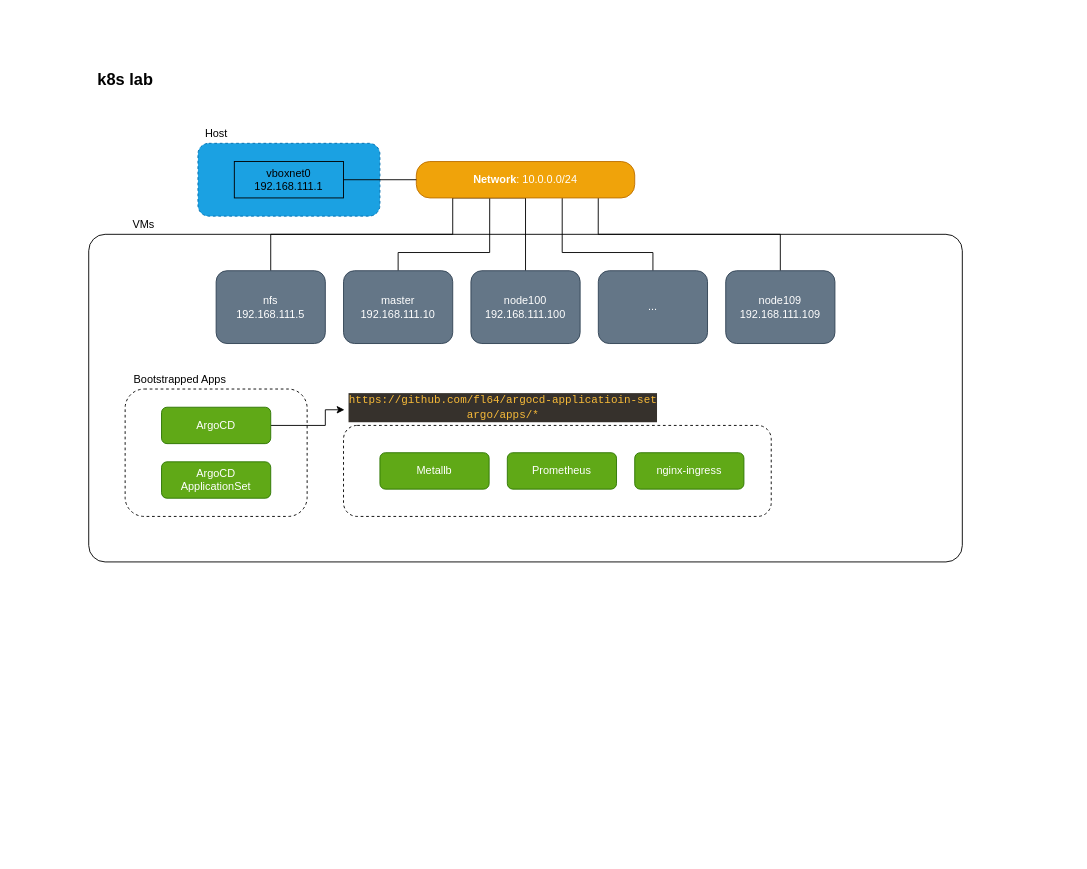
The draw.io diagram scheme/localk8s.drawio in fl64/localk8s, before the edit. Source tidied: cells renumbered, new cells numbered last; positions are measured from the earlier drawing's top-left corner, leaving out a move shared by most shapes. Both pictures are drawn from the tidied source at 91%, with x=0, y=0 at pixel (88, 70).
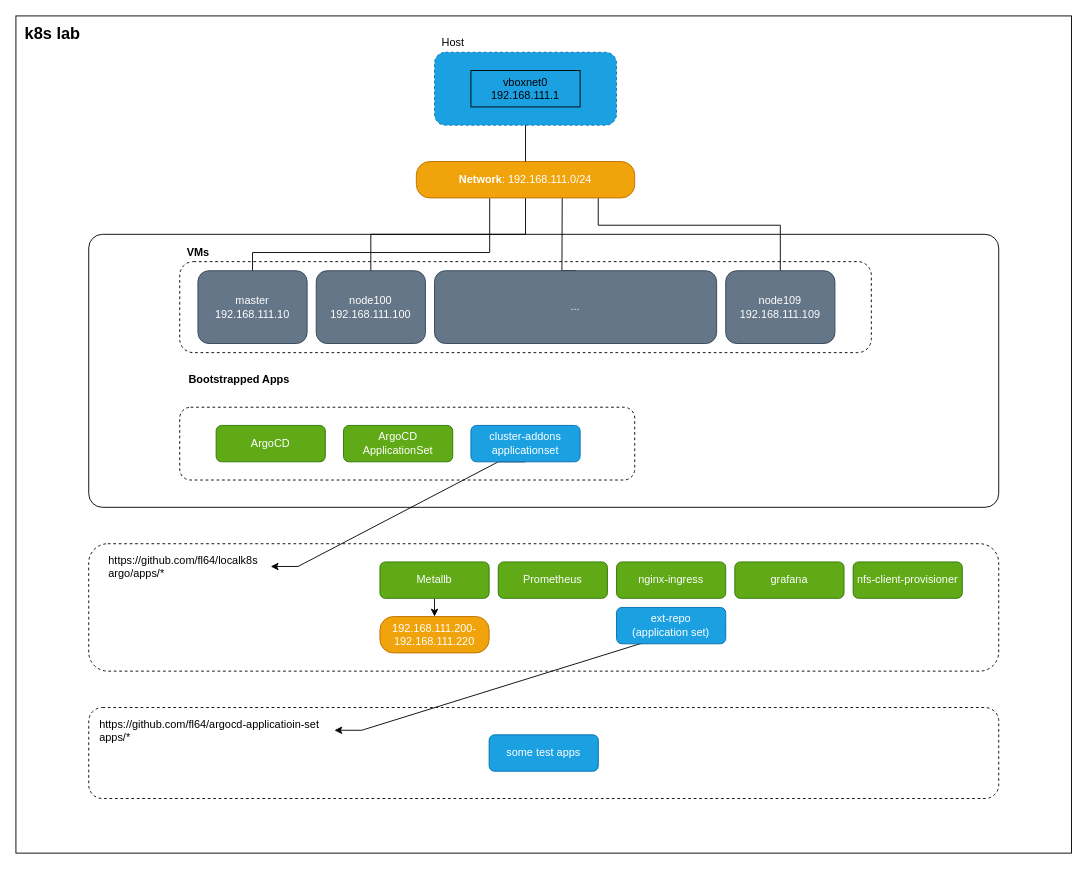
Above is the later version.

The change refers to these unchanged cells:
```xml
<mxCell id="19" value="node109&lt;br&gt;192.168.111.109" style="rounded=1;whiteSpace=wrap;html=1;fillColor=#647687;strokeColor=#314354;fontColor=#ffffff;" parent="1" vertex="1">
  <mxGeometry x="700" y="220" width="120" height="80" as="geometry" />
</mxCell>
```

Diff of the diagram source:
```diff
@@
+    <mxCell id="30" style="rounded=0;whiteSpace=wrap;html=1;align=left;" parent="1" vertex="1">
+      <mxGeometry x="-80" y="-60" width="1160" height="920" as="geometry" />
+    </mxCell>
+    <mxCell id="31" style="rounded=1;whiteSpace=wrap;html=1;dashed=1;" parent="1" vertex="1">
+      <mxGeometry y="700" width="1000" height="100" as="geometry" />
+    </mxCell>
     <mxCell id="2" style="rounded=1;whiteSpace=wrap;html=1;arcSize=5;" parent="1" vertex="1">
-      <mxGeometry y="180" width="960" height="360" as="geometry" />
+      <mxGeometry y="180" width="1000" height="300" as="geometry" />
     </mxCell>
+    <mxCell id="32" style="rounded=1;whiteSpace=wrap;html=1;dashed=1;" parent="1" vertex="1">
+      <mxGeometry x="100" y="210" width="760" height="100" as="geometry" />
+    </mxCell>
     <mxCell id="3" style="rounded=1;whiteSpace=wrap;html=1;dashed=1;" parent="1" vertex="1">
-      <mxGeometry x="280" y="390" width="470" height="100" as="geometry" />
+      <mxGeometry y="520" width="1000" height="140" as="geometry" />
     </mxCell>
     <mxCell id="4" style="rounded=1;whiteSpace=wrap;html=1;dashed=1;" parent="1" vertex="1">
-      <mxGeometry x="40" y="350" width="200" height="140" as="geometry" />
+      <mxGeometry x="100" y="370" width="500" height="80" as="geometry" />
     </mxCell>
     <mxCell id="5" style="shape=ext;double=0;rounded=1;whiteSpace=wrap;html=1;dashed=1;fillColor=#1ba1e2;strokeColor=#006EAF;fontColor=#ffffff;" parent="1" vertex="1">
-      <mxGeometry x="120" y="80" width="200" height="80" as="geometry" />
+      <mxGeometry x="380" y="-20" width="200" height="80" as="geometry" />
     </mxCell>
@@
     <mxCell id="7" value="master&lt;br&gt;192.168.111.10" style="rounded=1;whiteSpace=wrap;html=1;fillColor=#647687;strokeColor=#314354;fontColor=#ffffff;" parent="1" vertex="1">
-      <mxGeometry x="280" y="220" width="120" height="80" as="geometry" />
+      <mxGeometry x="120" y="220" width="120" height="80" as="geometry" />
     </mxCell>
@@
     <mxCell id="9" value="node100&lt;br&gt;192.168.111.100" style="rounded=1;whiteSpace=wrap;html=1;fillColor=#647687;strokeColor=#314354;fontColor=#ffffff;" parent="1" vertex="1">
-      <mxGeometry x="420" y="220" width="120" height="80" as="geometry" />
+      <mxGeometry x="250" y="220" width="120" height="80" as="geometry" />
     </mxCell>
     <mxCell id="10" style="rounded=0;jettySize=auto;html=1;exitX=0.5;exitY=0;exitDx=0;exitDy=0;endArrow=none;endFill=0;entryX=0.668;entryY=1;entryDx=0;entryDy=0;edgeStyle=orthogonalEdgeStyle;entryPerimeter=0;" parent="1" edge="1" source="11" target="14">
       <mxGeometry relative="1" as="geometry">
         <Array as="points">
-          <mxPoint x="620" y="200" />
-          <mxPoint x="520" y="200" />
+          <mxPoint x="520" y="220" />
+          <mxPoint x="520" y="220" />
         </Array>
       </mxGeometry>
     </mxCell>
     <mxCell id="11" value="..." style="rounded=1;whiteSpace=wrap;html=1;fillColor=#647687;strokeColor=#314354;fontColor=#ffffff;" parent="1" vertex="1">
-      <mxGeometry x="560" y="220" width="120" height="80" as="geometry" />
+      <mxGeometry x="380" y="220" width="310" height="80" as="geometry" />
     </mxCell>
-    <mxCell id="12" style="rounded=0;jettySize=auto;html=1;exitX=0.5;exitY=1;exitDx=0;exitDy=0;entryX=0.5;entryY=0;entryDx=0;entryDy=0;edgeStyle=orthogonalEdgeStyle;endArrow=none;endFill=0;" parent="1" edge="1" source="14" target="18">
-      <mxGeometry relative="1" as="geometry">
-        <Array as="points">
-          <mxPoint x="400" y="140" />
-          <mxPoint x="400" y="180" />
-          <mxPoint x="200" y="180" />
-        </Array>
-      </mxGeometry>
-    </mxCell>
     <mxCell id="13" style="rounded=0;jettySize=auto;html=1;exitX=0.833;exitY=0.997;exitDx=0;exitDy=0;endArrow=none;endFill=0;edgeStyle=orthogonalEdgeStyle;exitPerimeter=0;" parent="1" edge="1" source="14" target="19">
       <mxGeometry relative="1" as="geometry">
         <Array as="points">
-          <mxPoint x="560" y="180" />
-          <mxPoint x="760" y="180" />
+          <mxPoint x="560" y="170" />
+          <mxPoint x="760" y="170" />
         </Array>
       </mxGeometry>
     </mxCell>
-    <mxCell id="14" value="&lt;b&gt;Network&lt;/b&gt;: 10.0.0.0/24" style="rounded=1;whiteSpace=wrap;html=1;arcSize=37;fillColor=#f0a30a;strokeColor=#BD7000;fontColor=#ffffff;" parent="1" vertex="1">
+    <mxCell id="14" value="&lt;b&gt;Network&lt;/b&gt;: 192.168.111.0/24" style="rounded=1;whiteSpace=wrap;html=1;arcSize=37;fillColor=#f0a30a;strokeColor=#BD7000;fontColor=#ffffff;" parent="1" vertex="1">
       <mxGeometry x="360" y="100" width="240" height="40" as="geometry" />
     </mxCell>
-    <mxCell id="15" style="rounded=0;jettySize=auto;html=1;exitX=1;exitY=0.5;exitDx=0;exitDy=0;entryX=0;entryY=0.5;entryDx=0;entryDy=0;endArrow=none;endFill=0;" parent="1" edge="1" source="16" target="14">
+    <mxCell id="15" style="rounded=0;jettySize=auto;html=1;exitX=0.5;exitY=1;exitDx=0;exitDy=0;entryX=0.5;entryY=0;entryDx=0;entryDy=0;endArrow=none;endFill=0;" parent="1" edge="1" source="5" target="14">
       <mxGeometry relative="1" as="geometry" />
     </mxCell>
     <mxCell id="16" value="vboxnet0&lt;br&gt;192.168.111.1" style="rounded=0;whiteSpace=wrap;html=1;fillColor=none;" parent="1" vertex="1">
-      <mxGeometry x="160" y="100" width="120" height="40" as="geometry" />
+      <mxGeometry x="420" width="120" height="40" as="geometry" />
     </mxCell>
     <mxCell id="17" value="Host" style="text;html=1;align=center;verticalAlign=middle;" parent="1" vertex="1">
-      <mxGeometry x="120" y="60" width="40" height="20" as="geometry" />
+      <mxGeometry x="380" y="-40" width="40" height="20" as="geometry" />
     </mxCell>
-    <mxCell id="18" value="nfs&lt;br&gt;192.168.111.5" style="rounded=1;whiteSpace=wrap;html=1;fillColor=#647687;strokeColor=#314354;fontColor=#ffffff;" parent="1" vertex="1">
-      <mxGeometry x="140" y="220" width="120" height="80" as="geometry" />
-    </mxCell>
@@
     <mxCell id="20" value="&lt;font style=&quot;font-size: 18px&quot;&gt;k8s lab&lt;/font&gt;" style="text;html=1;align=center;verticalAlign=middle;fontStyle=1;" parent="1" vertex="1">
-      <mxGeometry width="80" height="20" as="geometry" />
+      <mxGeometry x="-80" y="-50" width="80" height="20" as="geometry" />
     </mxCell>
-    <mxCell id="21" style="edgeStyle=orthogonalEdgeStyle;rounded=0;jettySize=auto;html=1;exitX=1;exitY=0.5;exitDx=0;exitDy=0;entryX=0.003;entryY=0.57;entryDx=0;entryDy=0;entryPerimeter=0;" parent="1" edge="1" source="22" target="28">
-      <mxGeometry relative="1" as="geometry">
-        <Array as="points">
-          <mxPoint x="260" y="390" />
-          <mxPoint x="260" y="373" />
-          <mxPoint x="281" y="373" />
-        </Array>
-      </mxGeometry>
-    </mxCell>
     <mxCell id="22" value="ArgoCD" style="rounded=1;whiteSpace=wrap;html=1;fillColor=#60a917;strokeColor=#2D7600;fontColor=#ffffff;" parent="1" vertex="1">
-      <mxGeometry x="80" y="370" width="120" height="40" as="geometry" />
+      <mxGeometry x="140" y="390" width="120" height="40" as="geometry" />
     </mxCell>
     <mxCell id="23" value="ArgoCD&lt;br&gt;ApplicationSet" style="rounded=1;whiteSpace=wrap;html=1;fillColor=#60a917;strokeColor=#2D7600;fontColor=#ffffff;" parent="1" vertex="1">
-      <mxGeometry x="80" y="430" width="120" height="40" as="geometry" />
+      <mxGeometry x="280" y="390" width="120" height="40" as="geometry" />
     </mxCell>
-    <mxCell id="24" value="VMs" style="text;html=1;align=center;verticalAlign=middle;" parent="1" vertex="1">
-      <mxGeometry x="40" y="160" width="40" height="20" as="geometry" />
+    <mxCell id="24" value="VMs" style="text;html=1;align=center;verticalAlign=middle;fontStyle=1;" parent="1" vertex="1">
+      <mxGeometry x="100" y="190" width="40" height="20" as="geometry" />
     </mxCell>
-    <mxCell id="25" value="Bootstrapped Apps" style="text;html=1;align=center;verticalAlign=middle;" parent="1" vertex="1">
-      <mxGeometry x="40" y="330" width="120" height="20" as="geometry" />
+    <mxCell id="25" value="Bootstrapped Apps" style="text;html=1;align=center;verticalAlign=middle;fontStyle=1;" parent="1" vertex="1">
+      <mxGeometry x="100" y="330" width="130" height="20" as="geometry" />
     </mxCell>
+    <mxCell id="33" style="edgeStyle=orthogonalEdgeStyle;rounded=0;jettySize=auto;html=1;exitX=0.5;exitY=1;exitDx=0;exitDy=0;entryX=0.5;entryY=0;entryDx=0;entryDy=0;" parent="1" edge="1" source="26" target="36">
+      <mxGeometry relative="1" as="geometry" />
+    </mxCell>
     <mxCell id="26" value="Metallb" style="rounded=1;whiteSpace=wrap;html=1;fillColor=#60a917;strokeColor=#2D7600;fontColor=#ffffff;" parent="1" vertex="1">
-      <mxGeometry x="320" y="420" width="120" height="40" as="geometry" />
+      <mxGeometry x="320" y="540" width="120" height="40" as="geometry" />
     </mxCell>
     <mxCell id="27" value="Prometheus" style="rounded=1;whiteSpace=wrap;html=1;fillColor=#60a917;strokeColor=#2D7600;fontColor=#ffffff;" parent="1" vertex="1">
-      <mxGeometry x="460" y="420" width="120" height="40" as="geometry" />
+      <mxGeometry x="450" y="540" width="120" height="40" as="geometry" />
     </mxCell>
-    <mxCell id="28" value="&lt;div style=&quot;color: rgb(248 , 248 , 242) ; background-color: rgb(54 , 49 , 44) ; font-family: &amp;#34;jetbrains mono&amp;#34; , &amp;#34;droid sans mono&amp;#34; , monospace , monospace , &amp;#34;droid sans fallback&amp;#34; ; line-height: 16px&quot;&gt;&lt;span style=&quot;color: #f8bb39&quot;&gt;https://github.com/fl64/argocd-applicatioin-set&lt;br&gt;argo/apps/*&lt;/span&gt;&lt;/div&gt;" style="text;html=1;align=center;verticalAlign=middle;points=[];" parent="1" vertex="1">
-      <mxGeometry x="280" y="350" width="350" height="40" as="geometry" />
+    <mxCell id="28" value="https://github.com/fl64/localk8s&#10;argo/apps/*" style="text;align=left;verticalAlign=middle;points=[];" parent="1" vertex="1">
+      <mxGeometry x="20" y="530" width="180" height="30" as="geometry" />
     </mxCell>
     <mxCell id="29" value="nginx-ingress" style="rounded=1;whiteSpace=wrap;html=1;fillColor=#60a917;strokeColor=#2D7600;fontColor=#ffffff;" parent="1" vertex="1">
-      <mxGeometry x="600" y="420" width="120" height="40" as="geometry" />
+      <mxGeometry x="580" y="540" width="120" height="40" as="geometry" />
     </mxCell>
+    <mxCell id="34" value="grafana" style="rounded=1;whiteSpace=wrap;html=1;fillColor=#60a917;strokeColor=#2D7600;fontColor=#ffffff;" parent="1" vertex="1">
+      <mxGeometry x="710" y="540" width="120" height="40" as="geometry" />
+    </mxCell>
+    <mxCell id="35" value="nfs-client-provisioner" style="rounded=1;whiteSpace=wrap;html=1;fillColor=#60a917;strokeColor=#2D7600;fontColor=#ffffff;" parent="1" vertex="1">
+      <mxGeometry x="840" y="540" width="120" height="40" as="geometry" />
+    </mxCell>
+    <mxCell id="36" value="192.168.111.200-&lt;br&gt;192.168.111.220" style="rounded=1;whiteSpace=wrap;html=1;arcSize=37;fillColor=#f0a30a;strokeColor=#BD7000;fontColor=#ffffff;" parent="1" vertex="1">
+      <mxGeometry x="320" y="600" width="120" height="40" as="geometry" />
+    </mxCell>
+    <mxCell id="37" style="edgeStyle=entityRelationEdgeStyle;rounded=0;jettySize=auto;html=1;exitX=1;exitY=0.5;exitDx=0;exitDy=0;" parent="1" edge="1" source="38" target="39">
+      <mxGeometry relative="1" as="geometry" />
+    </mxCell>
+    <mxCell id="38" value="ext-repo&lt;br&gt;(application set)" style="rounded=1;whiteSpace=wrap;html=1;fillColor=#1ba1e2;strokeColor=#006EAF;fontColor=#ffffff;" parent="1" vertex="1">
+      <mxGeometry x="580" y="590" width="120" height="40" as="geometry" />
+    </mxCell>
+    <mxCell id="39" value="https://github.com/fl64/argocd-applicatioin-set&#10;apps/*" style="text;align=left;verticalAlign=middle;points=[];" parent="1" vertex="1">
+      <mxGeometry x="10" y="710" width="260" height="30" as="geometry" />
+    </mxCell>
+    <mxCell id="40" style="edgeStyle=entityRelationEdgeStyle;rounded=0;jettySize=auto;html=1;exitX=0.5;exitY=1;exitDx=0;exitDy=0;" parent="1" edge="1" source="41" target="28">
+      <mxGeometry relative="1" as="geometry" />
+    </mxCell>
+    <mxCell id="41" value="cluster-addons&lt;br&gt;applicationset" style="rounded=1;whiteSpace=wrap;html=1;fillColor=#1ba1e2;strokeColor=#006EAF;fontColor=#ffffff;" parent="1" vertex="1">
+      <mxGeometry x="420" y="390" width="120" height="40" as="geometry" />
+    </mxCell>
+    <mxCell id="42" value="some test apps" style="rounded=1;whiteSpace=wrap;html=1;fillColor=#1ba1e2;strokeColor=#006EAF;fontColor=#ffffff;" parent="1" vertex="1">
+      <mxGeometry x="440" y="730" width="120" height="40" as="geometry" />
+    </mxCell>
```
